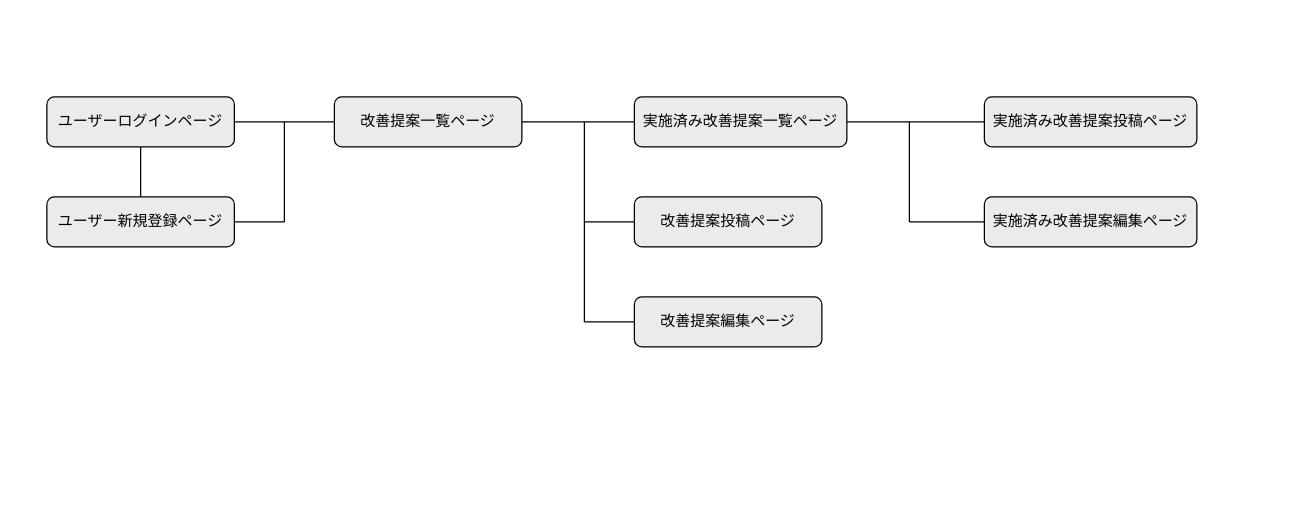
Before: page "画面遷移図" (1 of 3) of ER.dio in tanaka0s/kaizen_app, a draw.io diagram. Source tidied: cells renumbered, new cells numbered last; positions are measured from the earlier drawing's top-left corner, leaving out a move shared by most shapes. Both pictures are drawn from the tidied source at 125%, with x=0, y=0 at pixel (21, 21).
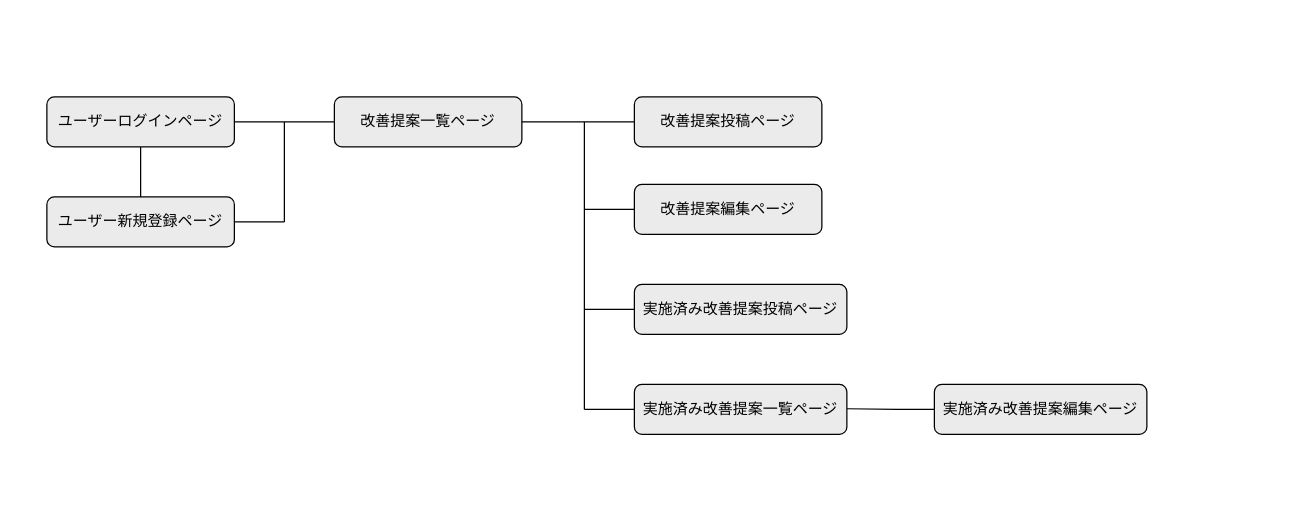
The same diagram, later.

Commit message (it also covers changes not shown here):
画面遷移図修正

The change refers to these unchanged cells:
```xml
<mxCell id="5" value="&lt;font color=&quot;#000000&quot; style=&quot;font-size: 12px;&quot;&gt;改善提案一覧ページ&lt;/font&gt;" style="rounded=1;whiteSpace=wrap;html=1;labelBackgroundColor=none;strokeColor=default;fillColor=#EBEBEB;fontSize=12;" parent="1" vertex="1">
  <mxGeometry x="250" y="60" width="150" height="40" as="geometry" />
</mxCell>
```

Diff of the diagram source:
```diff
@@
     <mxCell id="6" value="&lt;font color=&quot;#000000&quot; style=&quot;font-size: 12px;&quot;&gt;実施済み改善提案一覧ページ&lt;/font&gt;" style="rounded=1;whiteSpace=wrap;html=1;labelBackgroundColor=none;strokeColor=default;fillColor=#EBEBEB;fontSize=12;" parent="1" vertex="1">
-      <mxGeometry x="490" y="60" width="170" height="40" as="geometry" />
+      <mxGeometry x="490" y="290" width="170" height="40" as="geometry" />
     </mxCell>
-    <mxCell id="7" value="&lt;font color=&quot;#000000&quot; style=&quot;font-size: 12px;&quot;&gt;改善提案投稿ページ&lt;/font&gt;" style="rounded=1;whiteSpace=wrap;html=1;labelBackgroundColor=none;strokeColor=default;fillColor=#EBEBEB;fontSize=12;" parent="1" vertex="1">
-      <mxGeometry x="490" y="140" width="150" height="40" as="geometry" />
+    <mxCell id="7" value="&lt;font color=&quot;#000000&quot; style=&quot;font-size: 12px&quot;&gt;改善提案投稿ページ&lt;/font&gt;" style="rounded=1;whiteSpace=wrap;html=1;labelBackgroundColor=none;strokeColor=default;fillColor=#EBEBEB;fontSize=12;" parent="1" vertex="1">
+      <mxGeometry x="490" y="60" width="150" height="40" as="geometry" />
     </mxCell>
     <mxCell id="8" value="&lt;font color=&quot;#000000&quot; style=&quot;font-size: 12px;&quot;&gt;改善提案編集ページ&lt;/font&gt;" style="rounded=1;whiteSpace=wrap;html=1;labelBackgroundColor=none;strokeColor=default;fillColor=#EBEBEB;fontSize=12;" parent="1" vertex="1">
-      <mxGeometry x="490" y="220" width="150" height="40" as="geometry" />
+      <mxGeometry x="490" y="130" width="150" height="40" as="geometry" />
     </mxCell>
     <mxCell id="9" value="&lt;font color=&quot;#000000&quot; style=&quot;font-size: 12px;&quot;&gt;実施済み改善提案投稿ページ&lt;/font&gt;" style="rounded=1;whiteSpace=wrap;html=1;labelBackgroundColor=none;strokeColor=default;fillColor=#EBEBEB;fontSize=12;gradientColor=none;" parent="1" vertex="1">
-      <mxGeometry x="770" y="60" width="170" height="40" as="geometry" />
+      <mxGeometry x="490" y="210" width="170" height="40" as="geometry" />
     </mxCell>
     <mxCell id="10" value="&lt;font color=&quot;#000000&quot; style=&quot;font-size: 12px;&quot;&gt;実施済み改善提案編集ページ&lt;/font&gt;" style="rounded=1;whiteSpace=wrap;html=1;labelBackgroundColor=none;strokeColor=default;fillColor=#EBEBEB;fontSize=12;" parent="1" vertex="1">
-      <mxGeometry x="770" y="140" width="170" height="40" as="geometry" />
+      <mxGeometry x="730" y="290" width="170" height="40" as="geometry" />
     </mxCell>
     <mxCell id="11" value="Text" style="text;align=center;verticalAlign=middle;strokeColor=none;fillColor=none;fontColor=none;gradientColor=none;strokeWidth=0;noLabel=1;labelBorderColor=default;" parent="1" vertex="1">
-      <mxGeometry width="40" height="20" as="geometry" />
+      <mxGeometry y="20" width="40" height="20" as="geometry" />
     </mxCell>
@@
     <mxCell id="13" value="Text" style="text;align=center;verticalAlign=middle;strokeColor=none;fillColor=none;fontColor=none;gradientColor=none;strokeWidth=0;noLabel=1;labelBorderColor=default;" parent="1" vertex="1">
-      <mxGeometry x="960" width="40" height="20" as="geometry" />
+      <mxGeometry x="890" y="350" width="40" height="20" as="geometry" />
     </mxCell>
-    <mxCell id="14" value="Text" style="text;align=center;verticalAlign=middle;strokeColor=none;fillColor=none;fontColor=none;gradientColor=none;strokeWidth=0;noLabel=1;labelBorderColor=default;" parent="1" vertex="1">
-      <mxGeometry x="620" y="300" width="40" height="20" as="geometry" />
-    </mxCell>
@@
-    <mxCell id="18" style="endArrow=none;html=1;rounded=0;fontSize=13;fontColor=#000000;strokeColor=#000000;strokeWidth=1;entryX=0;entryY=0.5;entryDx=0;entryDy=0;exitX=1;exitY=0.5;exitDx=0;exitDy=0;" parent="1" edge="1" source="5" target="6">
+    <mxCell id="18" style="endArrow=none;html=1;rounded=0;fontSize=13;fontColor=#000000;strokeColor=#000000;strokeWidth=1;exitX=1;exitY=0.5;exitDx=0;exitDy=0;entryX=0;entryY=0.5;entryDx=0;entryDy=0;" parent="1" edge="1" source="5" target="7">
       <mxGeometry relative="1" as="geometry" />
     </mxCell>
     <mxCell id="19" style="endArrow=none;html=1;rounded=0;fontSize=13;fontColor=#000000;strokeColor=#000000;strokeWidth=1;" parent="1" edge="1">
       <mxGeometry relative="1" as="geometry">
-        <mxPoint x="450" y="240" as="sourcePoint" />
+        <mxPoint x="450" y="310" as="sourcePoint" />
         <mxPoint x="450" y="80" as="targetPoint" />
       </mxGeometry>
     </mxCell>
-    <mxCell id="20" style="endArrow=none;html=1;rounded=0;fontSize=13;fontColor=#000000;strokeColor=#000000;strokeWidth=1;exitX=0;exitY=0.5;exitDx=0;exitDy=0;" parent="1" edge="1" source="8">
+    <mxCell id="20" style="endArrow=none;html=1;rounded=0;fontSize=13;fontColor=#000000;strokeColor=#000000;strokeWidth=1;exitX=0;exitY=0.5;exitDx=0;exitDy=0;" parent="1" edge="1" source="6">
       <mxGeometry relative="1" as="geometry">
-        <mxPoint x="450" y="240" as="targetPoint" />
+        <mxPoint x="450" y="310" as="targetPoint" />
       </mxGeometry>
     </mxCell>
-    <mxCell id="21" style="endArrow=none;html=1;rounded=0;fontSize=13;fontColor=#000000;strokeColor=#000000;strokeWidth=1;exitX=0;exitY=0.5;exitDx=0;exitDy=0;" parent="1" edge="1" source="7">
+    <mxCell id="21" style="endArrow=none;html=1;rounded=0;fontSize=13;fontColor=#000000;strokeColor=#000000;strokeWidth=1;exitX=0;exitY=0.5;exitDx=0;exitDy=0;" parent="1" edge="1" source="9">
       <mxGeometry relative="1" as="geometry">
-        <mxPoint x="450" y="160" as="targetPoint" />
+        <mxPoint x="450" y="230" as="targetPoint" />
       </mxGeometry>
     </mxCell>
-    <mxCell id="22" style="endArrow=none;html=1;rounded=0;fontSize=13;fontColor=#000000;strokeColor=#000000;strokeWidth=1;entryX=1;entryY=0.5;entryDx=0;entryDy=0;exitX=0;exitY=0.5;exitDx=0;exitDy=0;" parent="1" edge="1" source="9" target="6">
-      <mxGeometry relative="1" as="geometry" />
+    <mxCell id="22" style="endArrow=none;html=1;rounded=0;fontSize=13;fontColor=#000000;strokeColor=#000000;strokeWidth=1;exitX=0;exitY=0.5;exitDx=0;exitDy=0;exitPerimeter=0;" parent="1" edge="1" source="8">
+      <mxGeometry relative="1" as="geometry">
+        <mxPoint x="450" y="150" as="targetPoint" />
+      </mxGeometry>
     </mxCell>
-    <mxCell id="23" style="endArrow=none;html=1;rounded=0;fontSize=13;fontColor=#000000;strokeColor=#000000;strokeWidth=1;" parent="1" edge="1">
-      <mxGeometry relative="1" as="geometry">
-        <mxPoint x="710" y="160" as="sourcePoint" />
-        <mxPoint x="710" y="80" as="targetPoint" />
-      </mxGeometry>
-    </mxCell>
-    <mxCell id="24" style="endArrow=none;html=1;rounded=0;fontSize=13;fontColor=#000000;strokeColor=#000000;strokeWidth=1;exitX=0;exitY=0.5;exitDx=0;exitDy=0;" parent="1" edge="1" source="10">
+    <mxCell id="24" style="endArrow=none;html=1;rounded=0;fontSize=13;fontColor=#000000;strokeColor=#000000;strokeWidth=1;" parent="1" edge="1">
       <mxGeometry relative="1" as="geometry">
-        <mxPoint x="710" y="160" as="targetPoint" />
+        <mxPoint x="730" y="310" as="sourcePoint" />
+        <mxPoint x="660" y="309.5" as="targetPoint" />
+        <Array as="points">
+          <mxPoint x="700" y="310" />
+        </Array>
       </mxGeometry>
     </mxCell>
```
